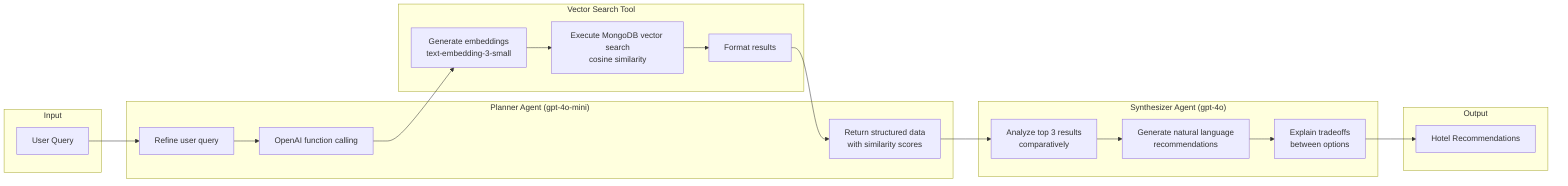
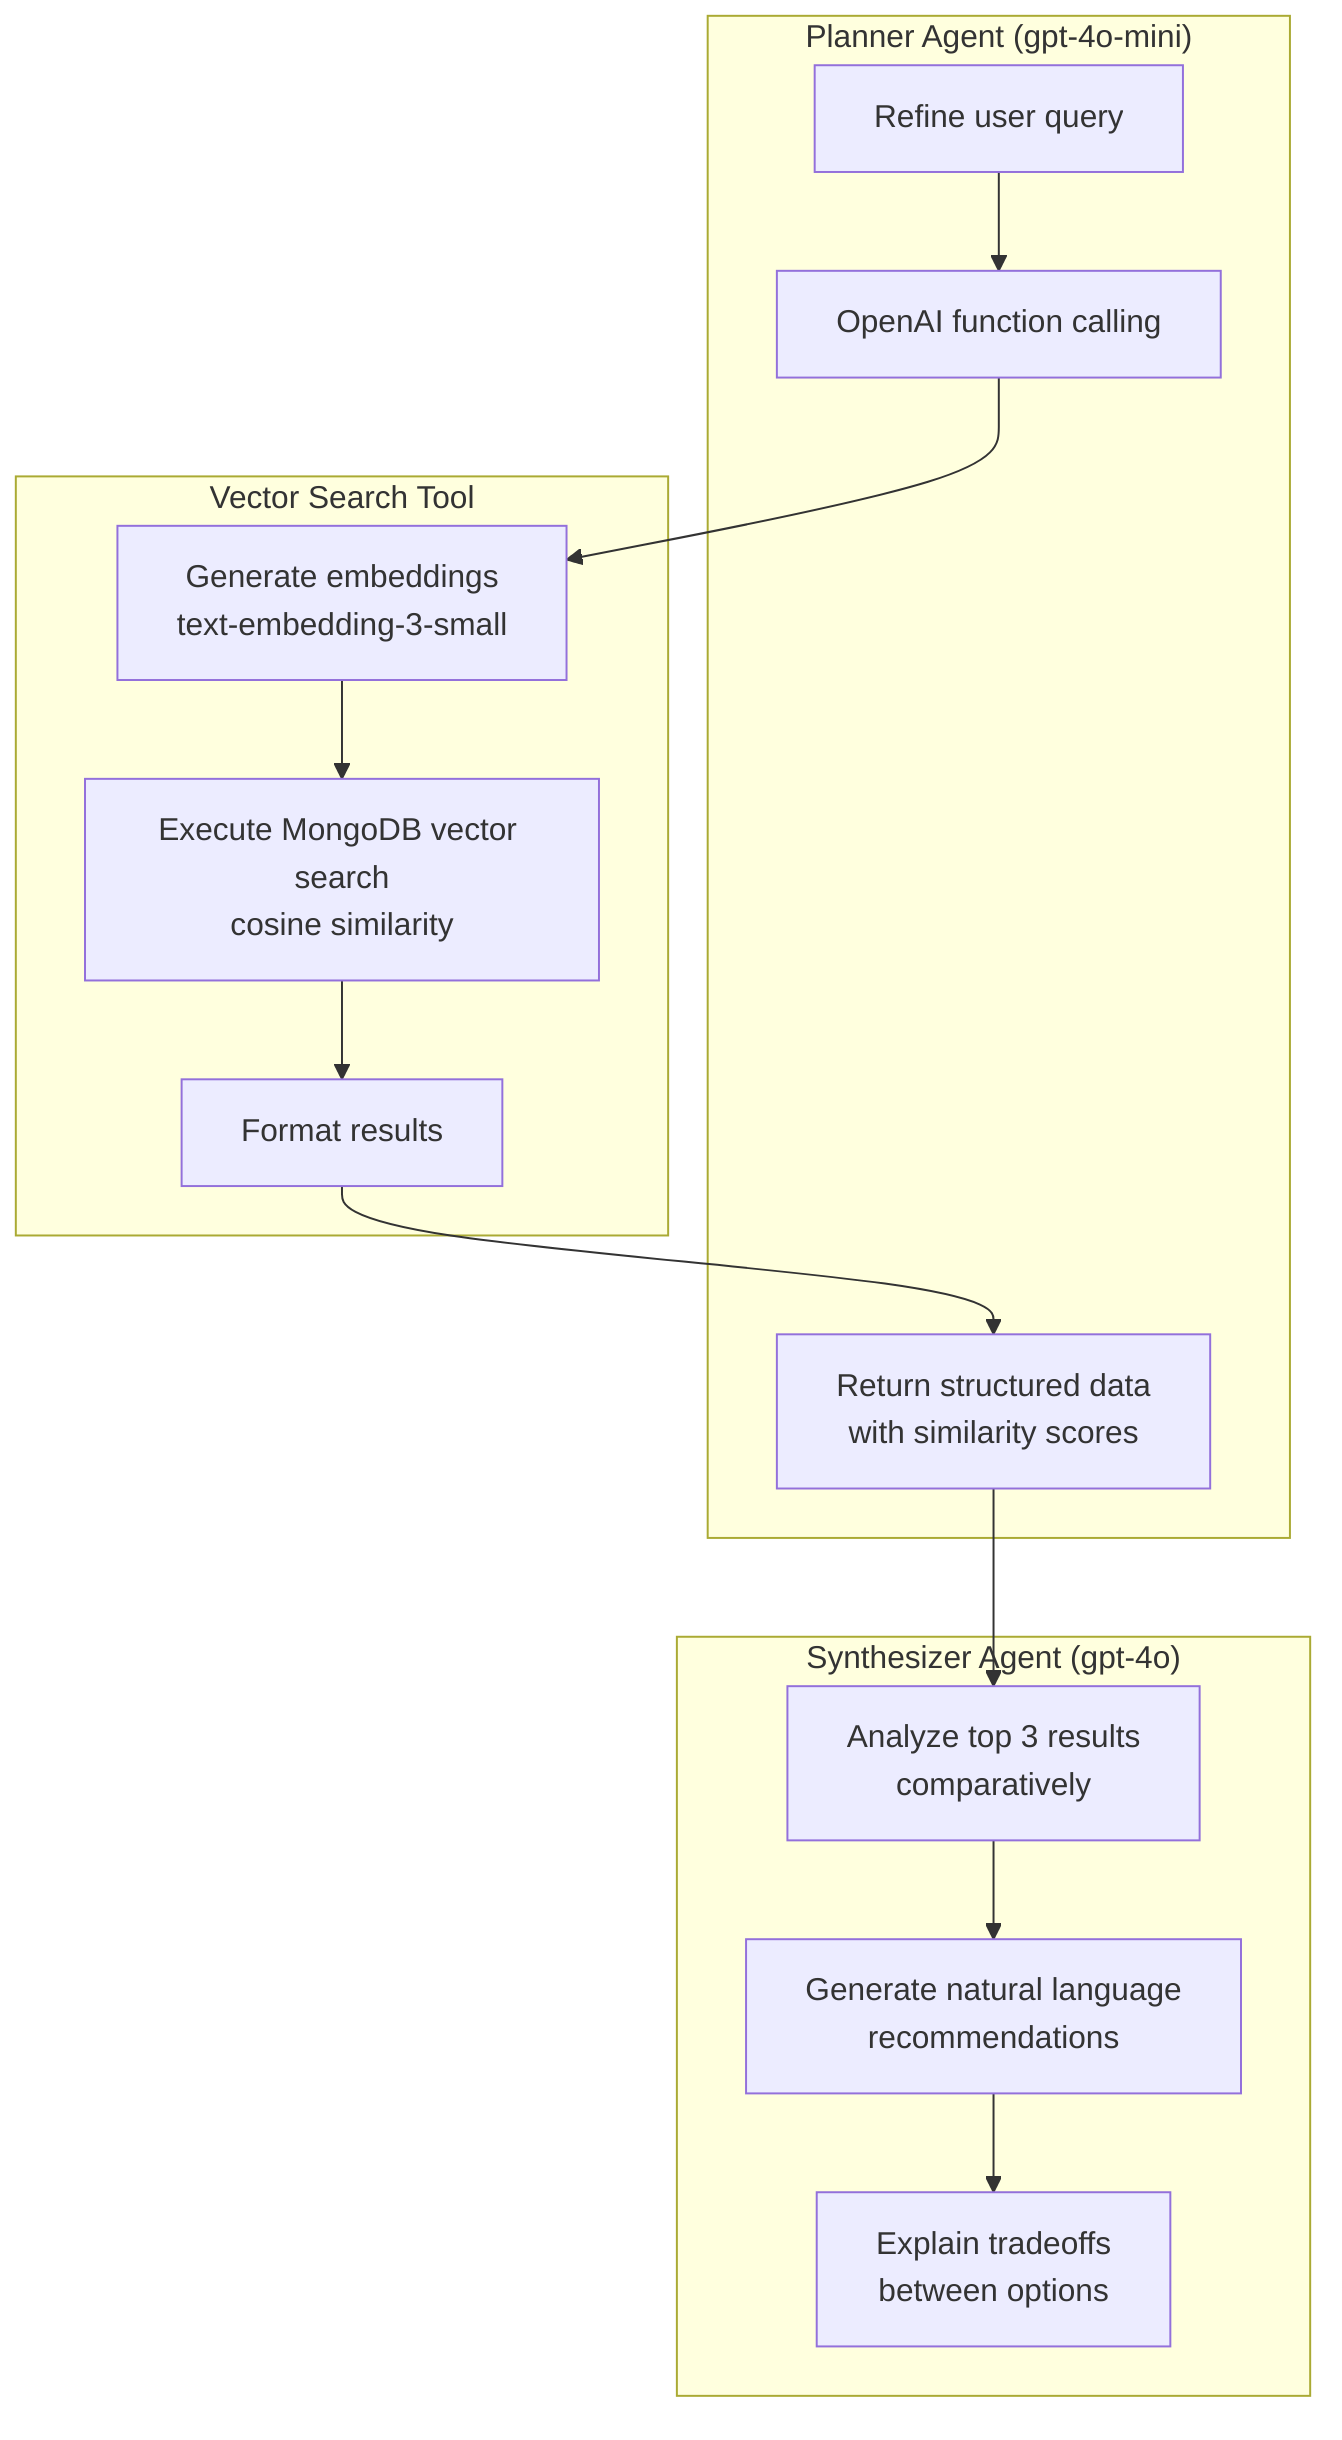
%% STEPS TO GENERATE IMAGE
%% =======================
%% 1. Install mermaid CLI v10.9.1 (see https://github.com/mermaid-js/mermaid-cli/blob/master/README.md):
%%    npm i -g @mermaid-js/mermaid-cli@10.9.1
%% 2. Run command: mmdc -i agent-architecture-go.mmd -o ./agent-architecture-go.svg

- flowchart LR
-     subgraph Input
-         U[User Query]
-     end
- 
+ flowchart TB
    subgraph Planner["Planner Agent (gpt-4o-mini)"]
        P1[Refine user query]
        P2[OpenAI function calling]
        P3[Return structured data<br/>with similarity scores]
    end

    subgraph Tool["Vector Search Tool"]
        T1[Generate embeddings<br/>text-embedding-3-small]
        T2[Execute MongoDB vector search<br/>cosine similarity]
        T3[Format results]
    end

    subgraph Synthesizer["Synthesizer Agent (gpt-4o)"]
        S1[Analyze top 3 results<br/>comparatively]
        S2[Generate natural language<br/>recommendations]
        S3[Explain tradeoffs<br/>between options]
    end

-     subgraph Output
-         R[Hotel Recommendations]
-     end
- 
-     U --> P1 --> P2 --> T1 --> T2 --> T3 --> P3 --> S1 --> S2 --> S3 --> R
+     P1 --> P2 --> T1 --> T2 --> T3 --> P3 --> S1 --> S2 --> S3
